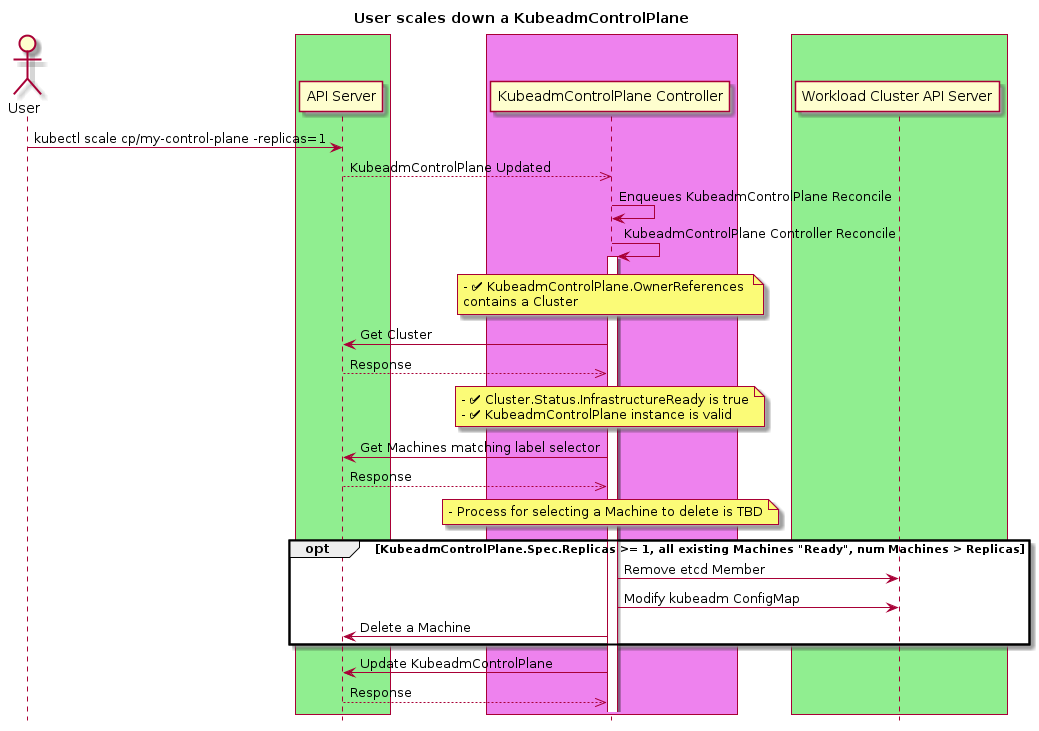
kubernetes-sigs/cluster-api keeps this PlantUML diagram as docs/proposals/images/controlplane/controlplane-init-7.png. Above is the earlier version.
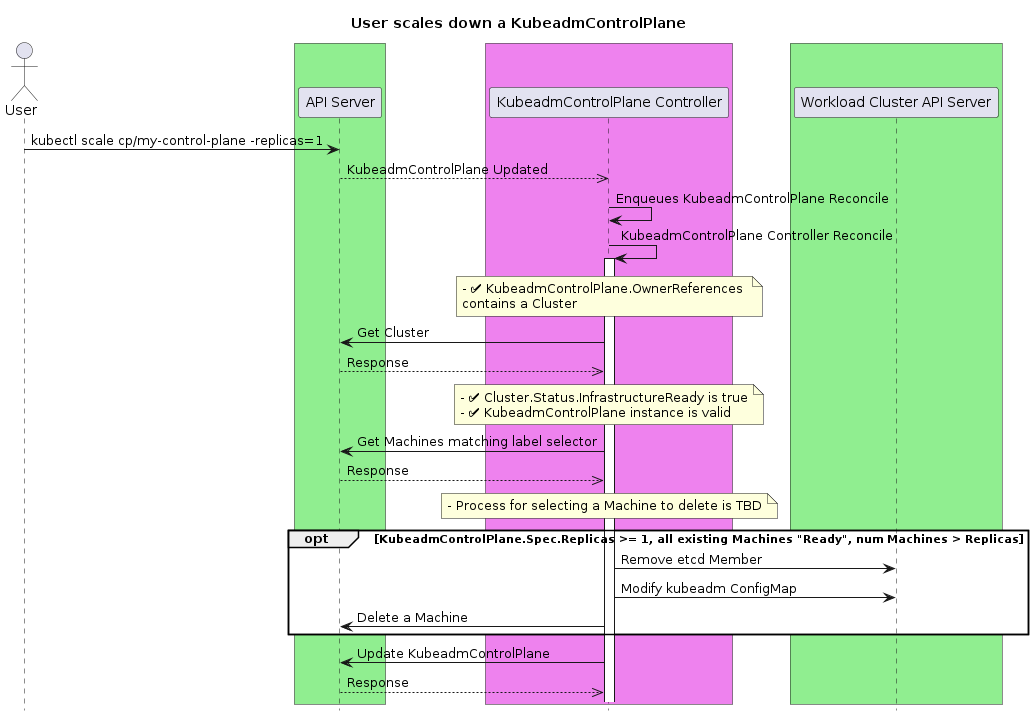
Above is the later version.

The edit, as a diff of the source:
```diff
@@ -36,7 +36,7 @@
 
 note over "KubeadmControlPlane Controller": - Process for selecting a Machine to delete is TBD
 
-opt KubeadmControlPlane.Spec.Replicas >= 1, all existing Machines "Ready", num Machines > Replicas
+opt #white KubeadmControlPlane.Spec.Replicas >= 1, all existing Machines "Ready", num Machines > Replicas
 
 "KubeadmControlPlane Controller"->"Workload Cluster API Server": Remove etcd Member
 
```
